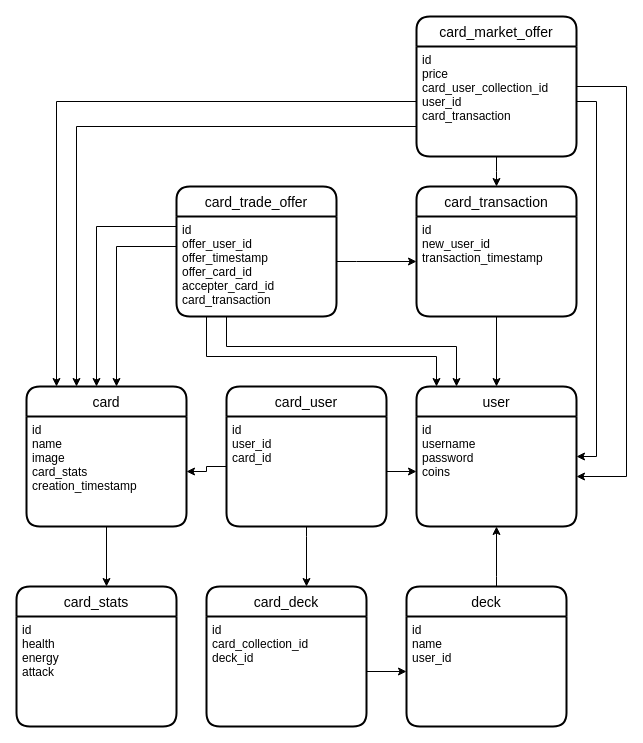
Before: DatabaseDesign/ERM_Card_Market.drawio in Oliver-Pettersson/Card-Marketplace, a draw.io diagram. Source tidied: cells renumbered, new cells numbered last; positions are measured from the earlier drawing's top-left corner, leaving out a move shared by most shapes. Both pictures are drawn from the tidied source at 100%, with x=0, y=0 at pixel (16, 16).
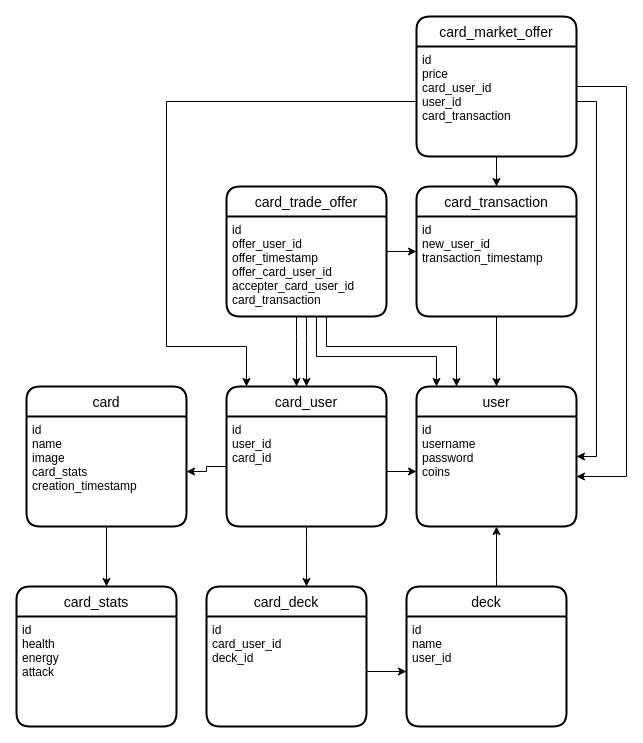
The same page after the edit.

Commit message (it also covers changes not shown here):
adjusted database structure

The change refers to these unchanged cells:
```xml
<mxCell id="2" value="user" style="swimlane;horizontal=1;startSize=30;rounded=1;fontSize=14;fontStyle=0;strokeWidth=2;shadow=0;dashed=0;align=center;" parent="1" vertex="1">
  <mxGeometry x="400" y="370" width="160" height="140" as="geometry" />
</mxCell>
<mxCell id="4" value="card" style="swimlane;horizontal=1;startSize=30;rounded=1;fontSize=14;fontStyle=0;strokeWidth=2;shadow=0;dashed=0;align=center;" parent="1" vertex="1">
  <mxGeometry x="10" y="370" width="160" height="140" as="geometry" />
</mxCell>
<mxCell id="11" value="card_market_offer" style="swimlane;horizontal=1;startSize=30;rounded=1;fontSize=14;fontStyle=0;strokeWidth=2;shadow=0;dashed=0;align=center;" parent="1" vertex="1">
  <mxGeometry x="400" width="160" height="140" as="geometry" />
</mxCell>
<mxCell id="15" value="card_deck" style="swimlane;horizontal=1;startSize=30;rounded=1;fontSize=14;fontStyle=0;strokeWidth=2;shadow=0;dashed=0;align=center;" parent="1" vertex="1">
  <mxGeometry x="190" y="570" width="160" height="140" as="geometry" />
</mxCell>
<mxCell id="27" value="card_user" style="swimlane;horizontal=1;startSize=30;rounded=1;fontSize=14;fontStyle=0;strokeWidth=2;shadow=0;dashed=0;align=center;" parent="1" vertex="1">
  <mxGeometry x="210" y="370" width="160" height="140" as="geometry" />
</mxCell>
<mxCell id="33" value="id&#10;new_user_id&#10;transaction_timestamp&#10;" style="align=left;strokeColor=none;fillColor=none;spacingLeft=4;fontSize=12;verticalAlign=top;" parent="32" vertex="1">
  <mxGeometry y="30" width="160" height="100" as="geometry" />
</mxCell>
```

Diff of the diagram source:
```diff
@@
-    <mxCell id="12" value="id&#10;price&#10;card_user_collection_id&#10;user_id&#10;card_transaction" style="align=left;strokeColor=none;fillColor=none;spacingLeft=4;fontSize=12;verticalAlign=top;" parent="11" vertex="1">
+    <mxCell id="12" value="id&#10;price&#10;card_user_id&#10;user_id&#10;card_transaction" style="align=left;strokeColor=none;fillColor=none;spacingLeft=4;fontSize=12;verticalAlign=top;" parent="11" vertex="1">
       <mxGeometry y="30" width="160" height="110" as="geometry" />
     </mxCell>
     <mxCell id="13" value="card_trade_offer" style="swimlane;horizontal=1;startSize=30;rounded=1;fontSize=14;fontStyle=0;strokeWidth=2;shadow=0;dashed=0;align=center;" parent="1" vertex="1">
-      <mxGeometry x="160" y="170" width="160" height="130" as="geometry" />
+      <mxGeometry x="210" y="170" width="160" height="130" as="geometry" />
     </mxCell>
-    <mxCell id="14" value="id&#10;offer_user_id&#10;offer_timestamp&#10;offer_card_id&#10;accepter_card_id&#10;card_transaction" style="align=left;strokeColor=none;fillColor=none;spacingLeft=4;fontSize=12;verticalAlign=top;" parent="13" vertex="1">
+    <mxCell id="14" value="id&#10;offer_user_id&#10;offer_timestamp&#10;offer_card_user_id&#10;accepter_card_user_id&#10;card_transaction" style="align=left;strokeColor=none;fillColor=none;spacingLeft=4;fontSize=12;verticalAlign=top;" parent="13" vertex="1">
       <mxGeometry y="30" width="160" height="100" as="geometry" />
     </mxCell>
@@
-    <mxCell id="16" value="id&#10;card_collection_id&#10;deck_id" style="align=left;strokeColor=none;fillColor=none;spacingLeft=4;fontSize=12;verticalAlign=top;" parent="15" vertex="1">
+    <mxCell id="16" value="id&#10;card_user_id&#10;deck_id" style="align=left;strokeColor=none;fillColor=none;spacingLeft=4;fontSize=12;verticalAlign=top;" parent="15" vertex="1">
       <mxGeometry y="30" width="160" height="110" as="geometry" />
     </mxCell>
@@
     <mxCell id="18" style="edgeStyle=orthogonalEdgeStyle;rounded=0;jettySize=auto;html=1;" parent="1" edge="1" source="14" target="2">
       <mxGeometry relative="1" as="geometry">
         <Array as="points">
-          <mxPoint x="190" y="340" />
+          <mxPoint x="300" y="340" />
           <mxPoint x="420" y="340" />
         </Array>
       </mxGeometry>
     </mxCell>
     <mxCell id="19" style="edgeStyle=orthogonalEdgeStyle;rounded=0;jettySize=auto;html=1;" parent="1" edge="1" source="14" target="2">
       <mxGeometry relative="1" as="geometry">
         <Array as="points">
-          <mxPoint x="210" y="330" />
+          <mxPoint x="310" y="330" />
           <mxPoint x="440" y="330" />
         </Array>
       </mxGeometry>
     </mxCell>
@@
-    <mxCell id="22" style="edgeStyle=orthogonalEdgeStyle;rounded=0;jettySize=auto;html=1;" parent="1" edge="1" source="14" target="4">
-      <mxGeometry relative="1" as="geometry">
-        <Array as="points">
-          <mxPoint x="80" y="210" />
-        </Array>
-      </mxGeometry>
-    </mxCell>
-    <mxCell id="23" style="edgeStyle=orthogonalEdgeStyle;rounded=0;jettySize=auto;html=1;" parent="1" edge="1" source="14" target="4">
-      <mxGeometry relative="1" as="geometry">
-        <Array as="points">
-          <mxPoint x="100" y="230" />
-        </Array>
-      </mxGeometry>
-    </mxCell>
-    <mxCell id="24" style="edgeStyle=orthogonalEdgeStyle;rounded=0;jettySize=auto;html=1;" parent="1" edge="1" source="12" target="4">
-      <mxGeometry relative="1" as="geometry">
-        <Array as="points">
-          <mxPoint x="40" y="85" />
-        </Array>
-      </mxGeometry>
-    </mxCell>
-    <mxCell id="25" style="edgeStyle=orthogonalEdgeStyle;rounded=0;jettySize=auto;html=1;" parent="1" edge="1" source="12" target="4">
-      <mxGeometry relative="1" as="geometry">
-        <Array as="points">
-          <mxPoint x="60" y="110" />
-        </Array>
-      </mxGeometry>
-    </mxCell>
@@
-    <mxCell id="35" style="edgeStyle=orthogonalEdgeStyle;rounded=0;jettySize=auto;html=1;" parent="1" edge="1" source="14" target="33">
+    <mxCell id="35" style="edgeStyle=orthogonalEdgeStyle;rounded=0;jettySize=auto;html=1;" parent="1" edge="1" source="13" target="33">
       <mxGeometry relative="1" as="geometry">
         <Array as="points">
-          <mxPoint x="340" y="245" />
-          <mxPoint x="340" y="245" />
+          <mxPoint x="370" y="250" />
+          <mxPoint x="370" y="250" />
         </Array>
       </mxGeometry>
     </mxCell>
@@
+    <mxCell id="37" style="edgeStyle=orthogonalEdgeStyle;rounded=0;jettySize=auto;html=1;entryX=0.5;entryY=0;entryDx=0;entryDy=0;" parent="1" edge="1" source="14" target="27">
+      <mxGeometry relative="1" as="geometry">
+        <Array as="points">
+          <mxPoint x="290" y="320" />
+          <mxPoint x="290" y="320" />
+        </Array>
+      </mxGeometry>
+    </mxCell>
+    <mxCell id="38" style="edgeStyle=orthogonalEdgeStyle;rounded=0;jettySize=auto;html=1;" parent="1" edge="1" source="14" target="27">
+      <mxGeometry relative="1" as="geometry">
+        <Array as="points">
+          <mxPoint x="280" y="320" />
+          <mxPoint x="280" y="320" />
+        </Array>
+      </mxGeometry>
+    </mxCell>
+    <mxCell id="39" style="edgeStyle=orthogonalEdgeStyle;rounded=0;jettySize=auto;html=1;" parent="1" edge="1" source="12" target="27">
+      <mxGeometry relative="1" as="geometry">
+        <Array as="points">
+          <mxPoint x="150" y="85" />
+          <mxPoint x="150" y="330" />
+          <mxPoint x="230" y="330" />
+        </Array>
+      </mxGeometry>
+    </mxCell>
```
